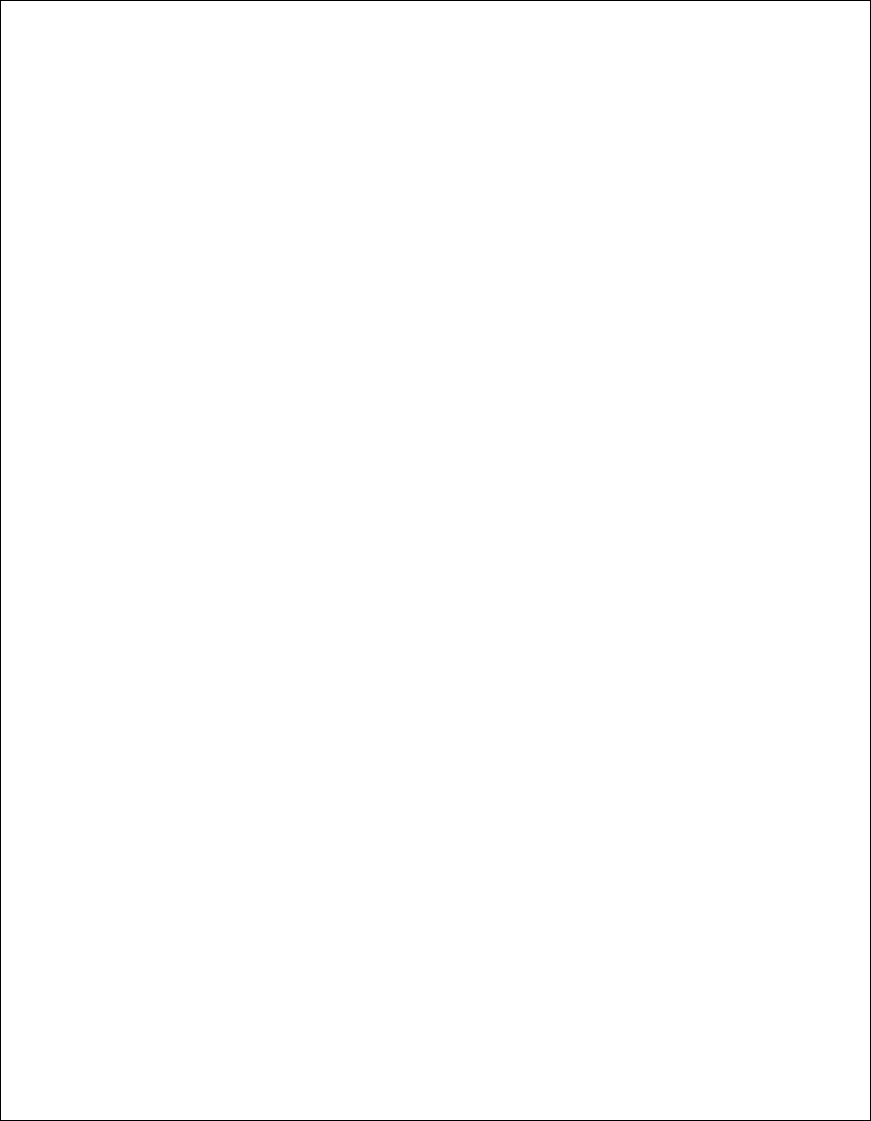
Earlier version of the draw.io export Diagrams/sequence2-staff.drawio.png (Jemikemi/Inventory-Sys-SENG-302). Source tidied: cells renumbered, new cells last; positions are measured from the earlier drawing's top-left corner, leaving out a move shared by most shapes. Its diagram source:
```xml
<mxGraphModel>
  <root>
    <mxCell id="0" />
    <mxCell id="1" parent="0" />
    <mxCell id="2" style="rounded=0;whiteSpace=wrap;html=1;" parent="1" vertex="1">
      <mxGeometry width="870" height="1120" as="geometry" />
    </mxCell>
  </root>
</mxGraphModel>
```
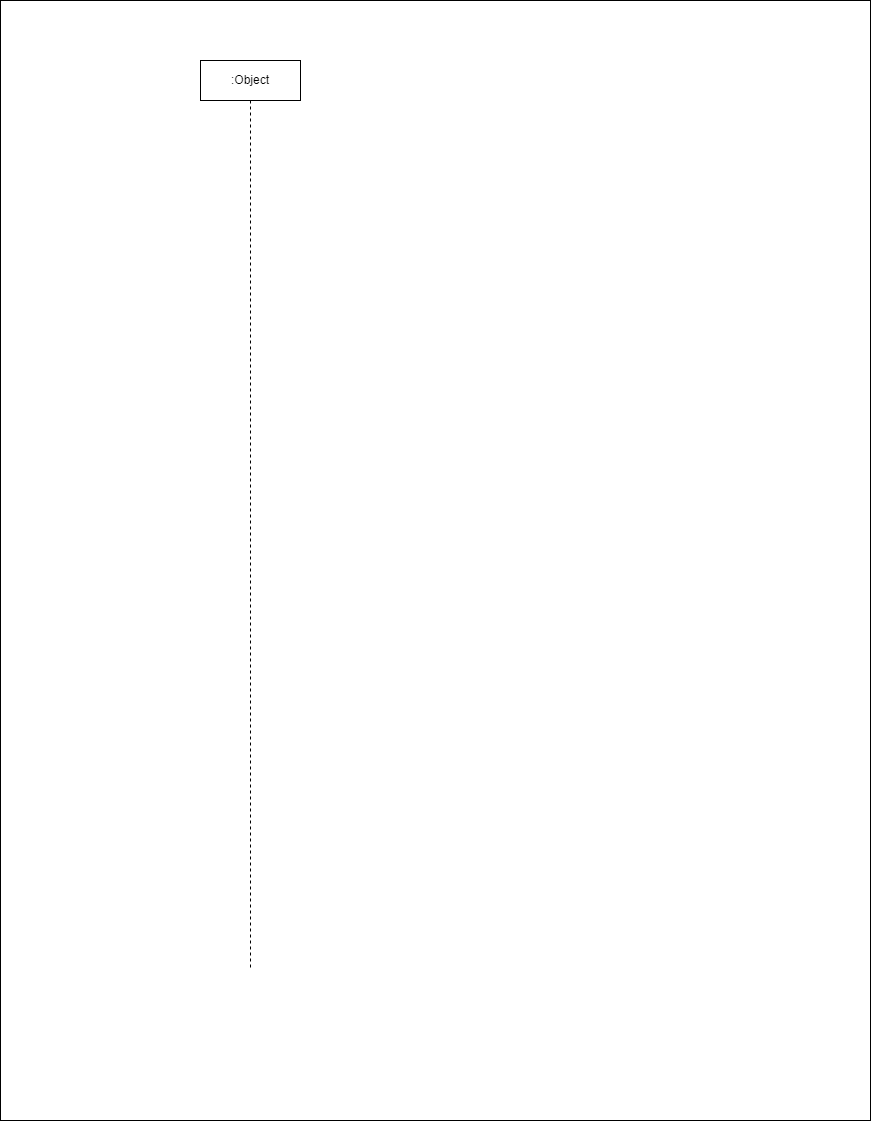
Above is the later version.

Commit message:
Added a template lifeline to sequence diagrams

Diff of the diagram source:
```diff
@@ -5,5 +5,8 @@
     <mxCell id="2" style="rounded=0;whiteSpace=wrap;html=1;" parent="1" vertex="1">
       <mxGeometry width="870" height="1120" as="geometry" />
     </mxCell>
+    <mxCell id="3" value=":Object" style="shape=umlLifeline;perimeter=lifelinePerimeter;whiteSpace=wrap;html=1;" parent="1" vertex="1">
+      <mxGeometry x="200" y="60" width="100" height="910" as="geometry" />
+    </mxCell>
   </root>
 </mxGraphModel>
```
